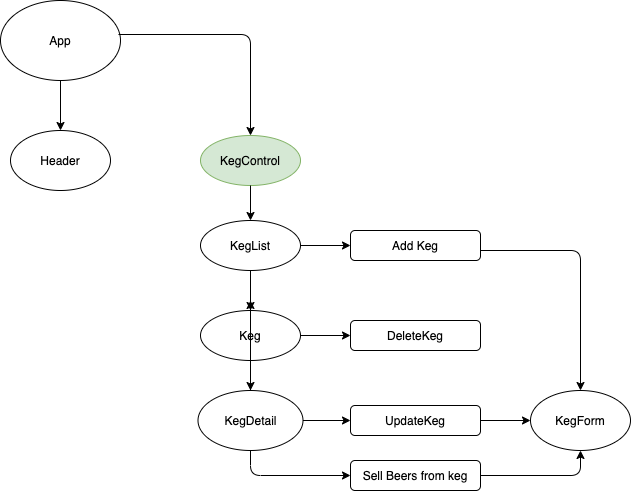
Before: readmeassets/TapRoom.png, a diagram exported from draw.io (Dave-Sterry/Tap-Room). Source tidied: cells renumbered, new cells last; positions are measured from the earlier drawing's top-left corner, leaving out a move shared by most shapes. Source of this version:
```xml
<mxGraphModel>
  <root>
    <mxCell id="0" />
    <mxCell id="1" parent="0" />
    <mxCell id="2" value="App" style="ellipse;whiteSpace=wrap;html=1;" parent="1" vertex="1">
      <mxGeometry width="120" height="80" as="geometry" />
    </mxCell>
    <mxCell id="3" style="endArrow=classic;html=1;exitX=0.5;exitY=1;exitDx=0;exitDy=0;entryX=0.5;entryY=0;entryDx=0;entryDy=0;" parent="1" edge="1" source="2" target="4">
      <mxGeometry relative="1" as="geometry" />
    </mxCell>
    <mxCell id="4" value="Header" style="ellipse;whiteSpace=wrap;html=1;" parent="1" vertex="1">
      <mxGeometry x="10" y="130" width="100" height="60" as="geometry" />
    </mxCell>
    <mxCell id="5" value="KegControl" style="ellipse;whiteSpace=wrap;html=1;fillColor=#d5e8d4;strokeColor=#82b366;" parent="1" vertex="1">
      <mxGeometry x="200" y="135" width="100" height="50" as="geometry" />
    </mxCell>
    <mxCell id="6" style="endArrow=classic;html=1;exitX=0.983;exitY=0.425;exitDx=0;exitDy=0;exitPerimeter=0;entryX=0.5;entryY=0;entryDx=0;entryDy=0;" parent="1" edge="1" source="2" target="5">
      <mxGeometry relative="1" as="geometry">
        <Array as="points">
          <mxPoint x="250" y="34" />
        </Array>
      </mxGeometry>
    </mxCell>
    <mxCell id="7" value="KegList" style="ellipse;whiteSpace=wrap;html=1;" parent="1" vertex="1">
      <mxGeometry x="200" y="220" width="100" height="50" as="geometry" />
    </mxCell>
    <mxCell id="8" value="Keg" style="ellipse;whiteSpace=wrap;html=1;" parent="1" vertex="1">
      <mxGeometry x="200" y="310" width="100" height="50" as="geometry" />
    </mxCell>
    <mxCell id="9" value="KegDetail" style="ellipse;whiteSpace=wrap;html=1;" parent="1" vertex="1">
      <mxGeometry x="197.5" y="390" width="105" height="60" as="geometry" />
    </mxCell>
    <mxCell id="10" style="endArrow=classic;html=1;exitX=0.5;exitY=1;exitDx=0;exitDy=0;" parent="1" edge="1" source="5" target="7">
      <mxGeometry relative="1" as="geometry" />
    </mxCell>
    <mxCell id="11" style="endArrow=classic;html=1;exitX=0.5;exitY=1;exitDx=0;exitDy=0;entryX=0.5;entryY=0;entryDx=0;entryDy=0;" parent="1" edge="1" source="7" target="8">
      <mxGeometry relative="1" as="geometry" />
    </mxCell>
    <mxCell id="12" style="endArrow=classic;html=1;exitX=0.5;exitY=1;exitDx=0;exitDy=0;entryX=0.5;entryY=0;entryDx=0;entryDy=0;" parent="1" edge="1" source="8" target="9">
      <mxGeometry relative="1" as="geometry" />
    </mxCell>
    <mxCell id="13" value="Add Keg" style="rounded=1;whiteSpace=wrap;html=1;" parent="1" vertex="1">
      <mxGeometry x="350" y="230" width="130" height="30" as="geometry" />
    </mxCell>
    <mxCell id="14" value="DeleteKeg" style="rounded=1;whiteSpace=wrap;html=1;" parent="1" vertex="1">
      <mxGeometry x="350" y="320" width="130" height="30" as="geometry" />
    </mxCell>
    <mxCell id="15" value="UpdateKeg" style="rounded=1;whiteSpace=wrap;html=1;" parent="1" vertex="1">
      <mxGeometry x="350" y="405" width="130" height="30" as="geometry" />
    </mxCell>
    <mxCell id="16" value="KegForm" style="ellipse;whiteSpace=wrap;html=1;" parent="1" vertex="1">
      <mxGeometry x="530" y="390" width="100" height="60" as="geometry" />
    </mxCell>
    <mxCell id="17" style="endArrow=classic;html=1;exitX=1;exitY=0.5;exitDx=0;exitDy=0;entryX=0;entryY=0.5;entryDx=0;entryDy=0;" parent="1" edge="1" source="7" target="13">
      <mxGeometry relative="1" as="geometry" />
    </mxCell>
    <mxCell id="18" style="endArrow=classic;html=1;exitX=1;exitY=0.5;exitDx=0;exitDy=0;entryX=0;entryY=0.5;entryDx=0;entryDy=0;" parent="1" edge="1" source="8" target="14">
      <mxGeometry relative="1" as="geometry" />
    </mxCell>
    <mxCell id="19" style="endArrow=classic;html=1;exitX=1;exitY=0.5;exitDx=0;exitDy=0;entryX=0;entryY=0.5;entryDx=0;entryDy=0;" parent="1" edge="1" source="9" target="15">
      <mxGeometry relative="1" as="geometry" />
    </mxCell>
    <mxCell id="20" style="endArrow=classic;html=1;exitX=1;exitY=0.5;exitDx=0;exitDy=0;" parent="1" edge="1" source="15" target="16">
      <mxGeometry relative="1" as="geometry" />
    </mxCell>
    <mxCell id="21" style="endArrow=classic;html=1;entryX=0.5;entryY=0;entryDx=0;entryDy=0;" parent="1" edge="1" target="16">
      <mxGeometry relative="1" as="geometry">
        <mxPoint x="480" y="250" as="sourcePoint" />
        <Array as="points">
          <mxPoint x="580" y="250" />
        </Array>
      </mxGeometry>
    </mxCell>
    <mxCell id="22" value="Sell Beers from keg" style="rounded=1;whiteSpace=wrap;html=1;" parent="1" vertex="1">
      <mxGeometry x="350" y="460" width="130" height="30" as="geometry" />
    </mxCell>
    <mxCell id="23" style="endArrow=classic;html=1;" parent="1" edge="1" source="9">
      <mxGeometry relative="1" as="geometry">
        <mxPoint x="250" y="300" as="targetPoint" />
      </mxGeometry>
    </mxCell>
    <mxCell id="24" style="endArrow=classic;html=1;entryX=0;entryY=0.5;entryDx=0;entryDy=0;exitX=0.5;exitY=1;exitDx=0;exitDy=0;" parent="1" edge="1" source="9" target="22">
      <mxGeometry relative="1" as="geometry">
        <Array as="points">
          <mxPoint x="250" y="475" />
        </Array>
      </mxGeometry>
    </mxCell>
    <mxCell id="25" style="endArrow=classic;html=1;exitX=1;exitY=0.5;exitDx=0;exitDy=0;entryX=0.5;entryY=1;entryDx=0;entryDy=0;" parent="1" edge="1" source="22" target="16">
      <mxGeometry relative="1" as="geometry">
        <Array as="points">
          <mxPoint x="580" y="475" />
        </Array>
      </mxGeometry>
    </mxCell>
  </root>
</mxGraphModel>
```
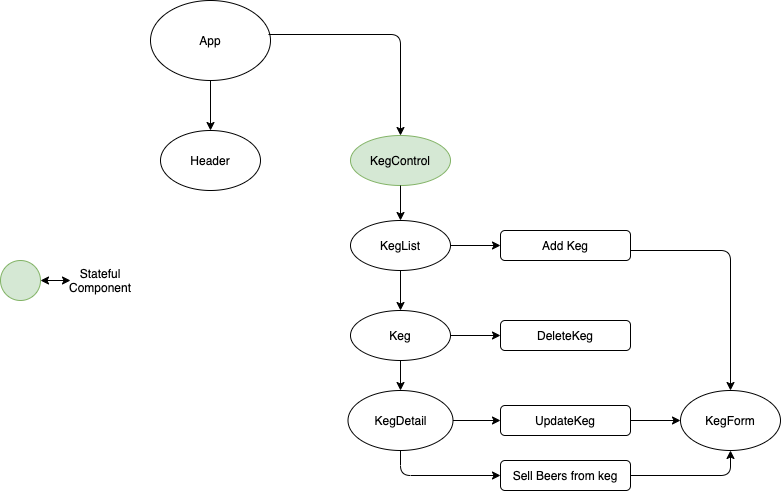
Above is the later version.

Change to the diagram source:
```diff
@@ -74,11 +74,6 @@
     <mxCell id="22" value="Sell Beers from keg" style="rounded=1;whiteSpace=wrap;html=1;" parent="1" vertex="1">
       <mxGeometry x="350" y="460" width="130" height="30" as="geometry" />
     </mxCell>
-    <mxCell id="23" style="endArrow=classic;html=1;" parent="1" edge="1" source="9">
-      <mxGeometry relative="1" as="geometry">
-        <mxPoint x="250" y="300" as="targetPoint" />
-      </mxGeometry>
-    </mxCell>
     <mxCell id="24" style="endArrow=classic;html=1;entryX=0;entryY=0.5;entryDx=0;entryDy=0;exitX=0.5;exitY=1;exitDx=0;exitDy=0;" parent="1" edge="1" source="9" target="22">
       <mxGeometry relative="1" as="geometry">
         <Array as="points">
@@ -93,5 +88,19 @@
         </Array>
       </mxGeometry>
     </mxCell>
+    <mxCell id="26" style="ellipse;whiteSpace=wrap;html=1;fillColor=#d5e8d4;strokeColor=#82b366;" parent="1" vertex="1">
+      <mxGeometry x="-150" y="260" width="40" height="40" as="geometry" />
+    </mxCell>
+    <mxCell id="27" value="Stateful Component&lt;br&gt;" style="text;html=1;strokeColor=none;fillColor=none;align=center;verticalAlign=middle;whiteSpace=wrap;rounded=0;" parent="1" vertex="1">
+      <mxGeometry x="-70" y="270" width="40" height="20" as="geometry" />
+    </mxCell>
+    <mxCell id="28" style="endArrow=classic;startArrow=classic;html=1;exitX=1;exitY=0.5;exitDx=0;exitDy=0;" parent="1" edge="1" source="26">
+      <mxGeometry relative="1" as="geometry">
+        <mxPoint x="-80" y="280" as="targetPoint" />
+        <Array as="points">
+          <mxPoint x="-80" y="280" />
+        </Array>
+      </mxGeometry>
+    </mxCell>
   </root>
 </mxGraphModel>
```
